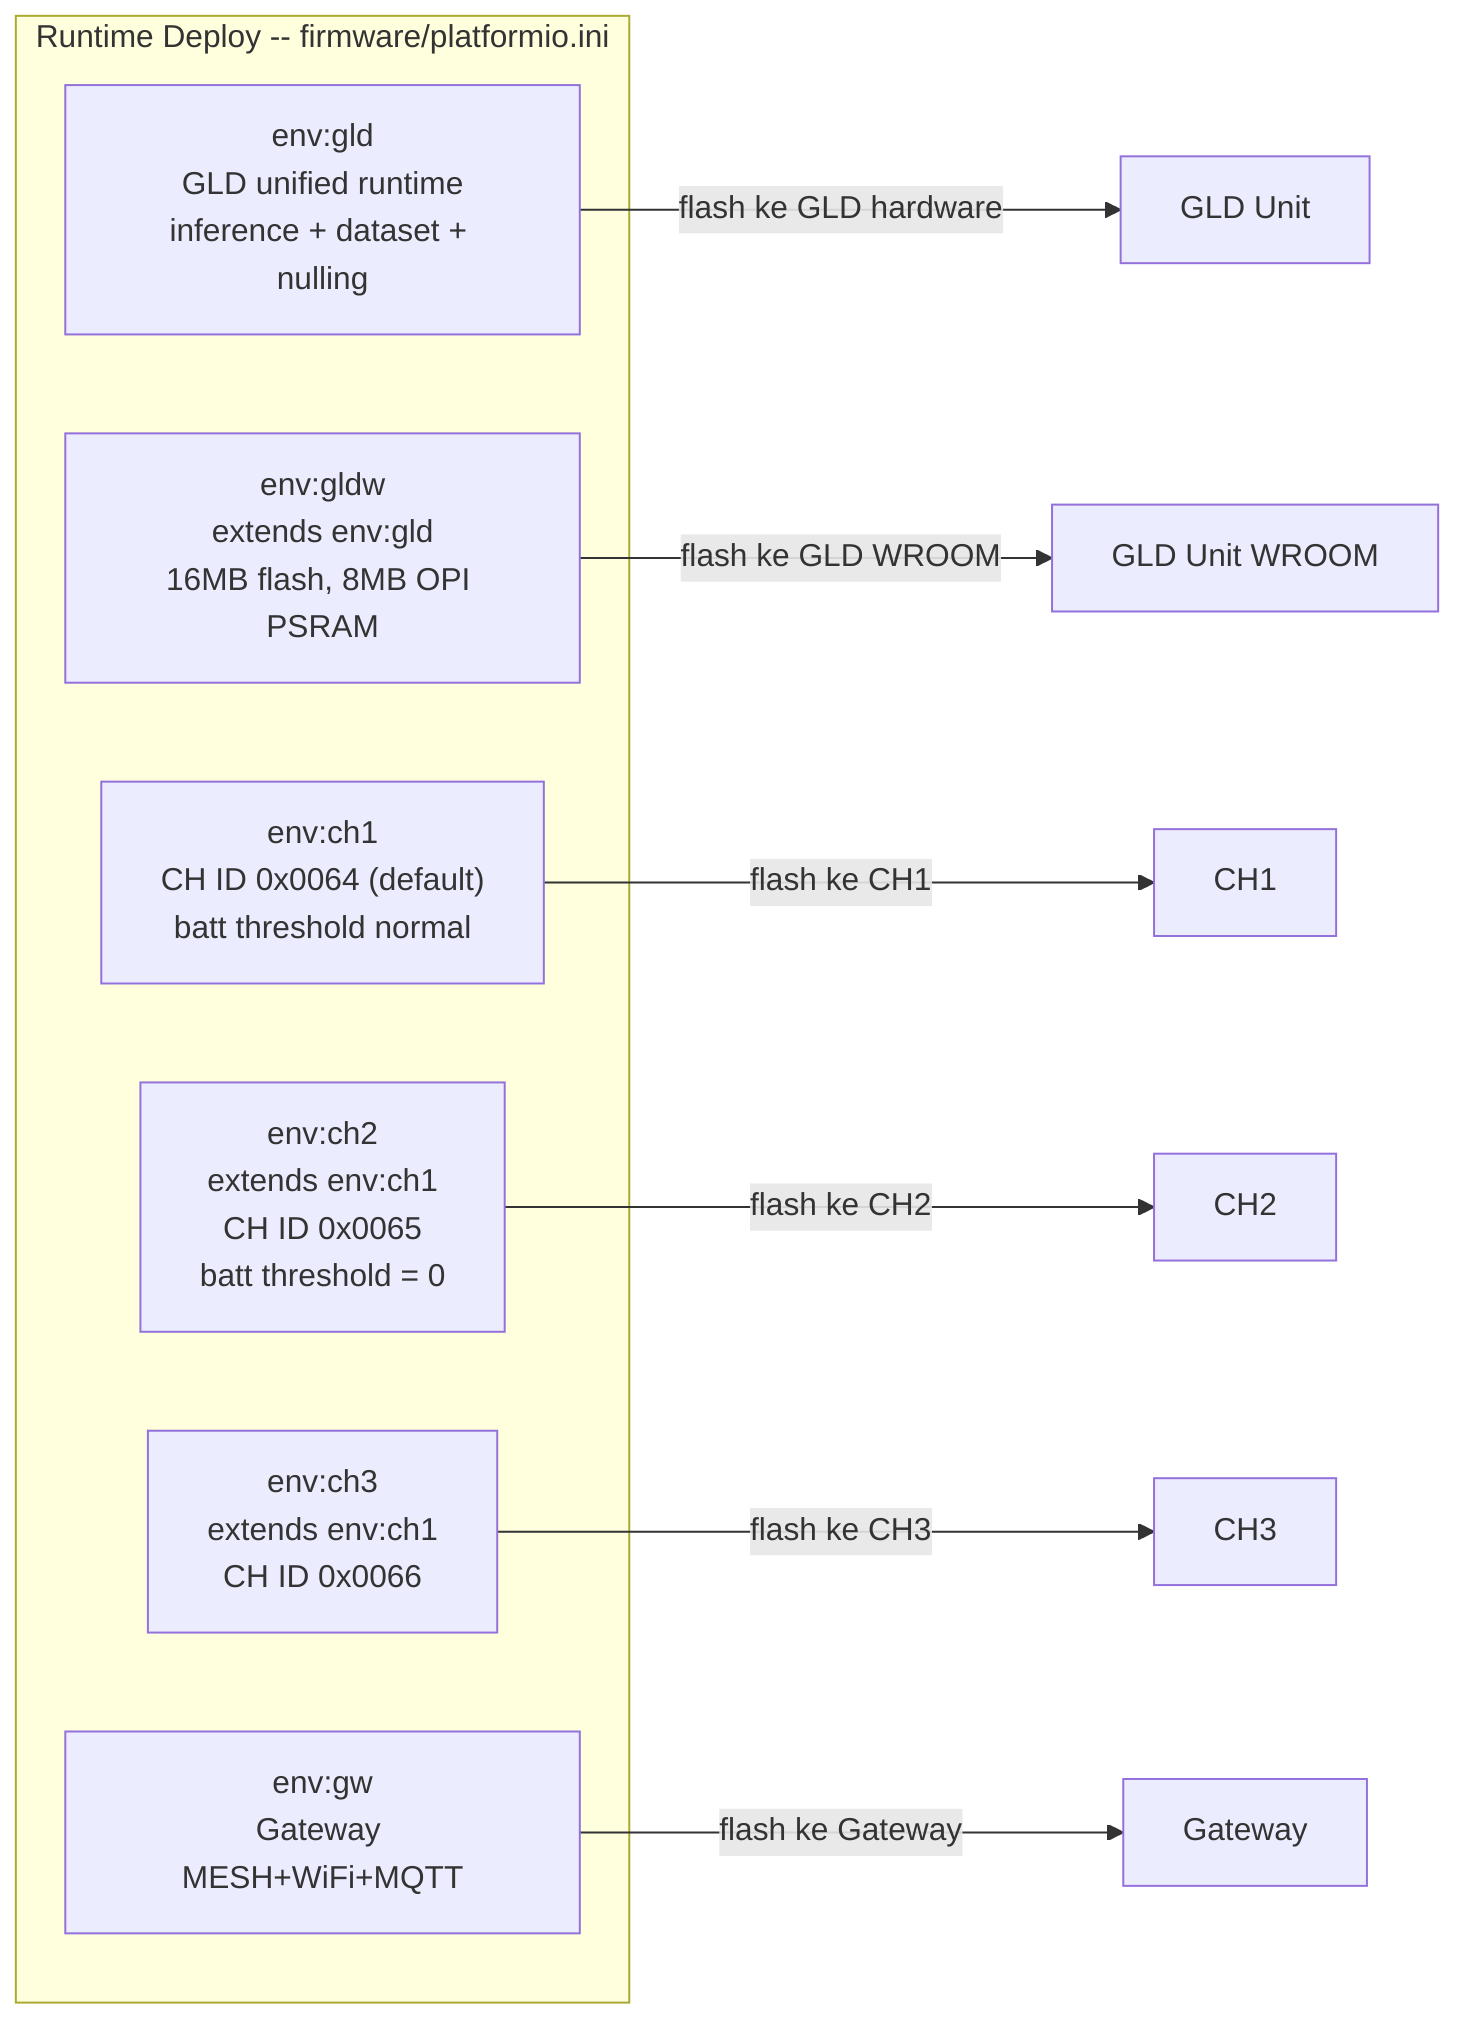
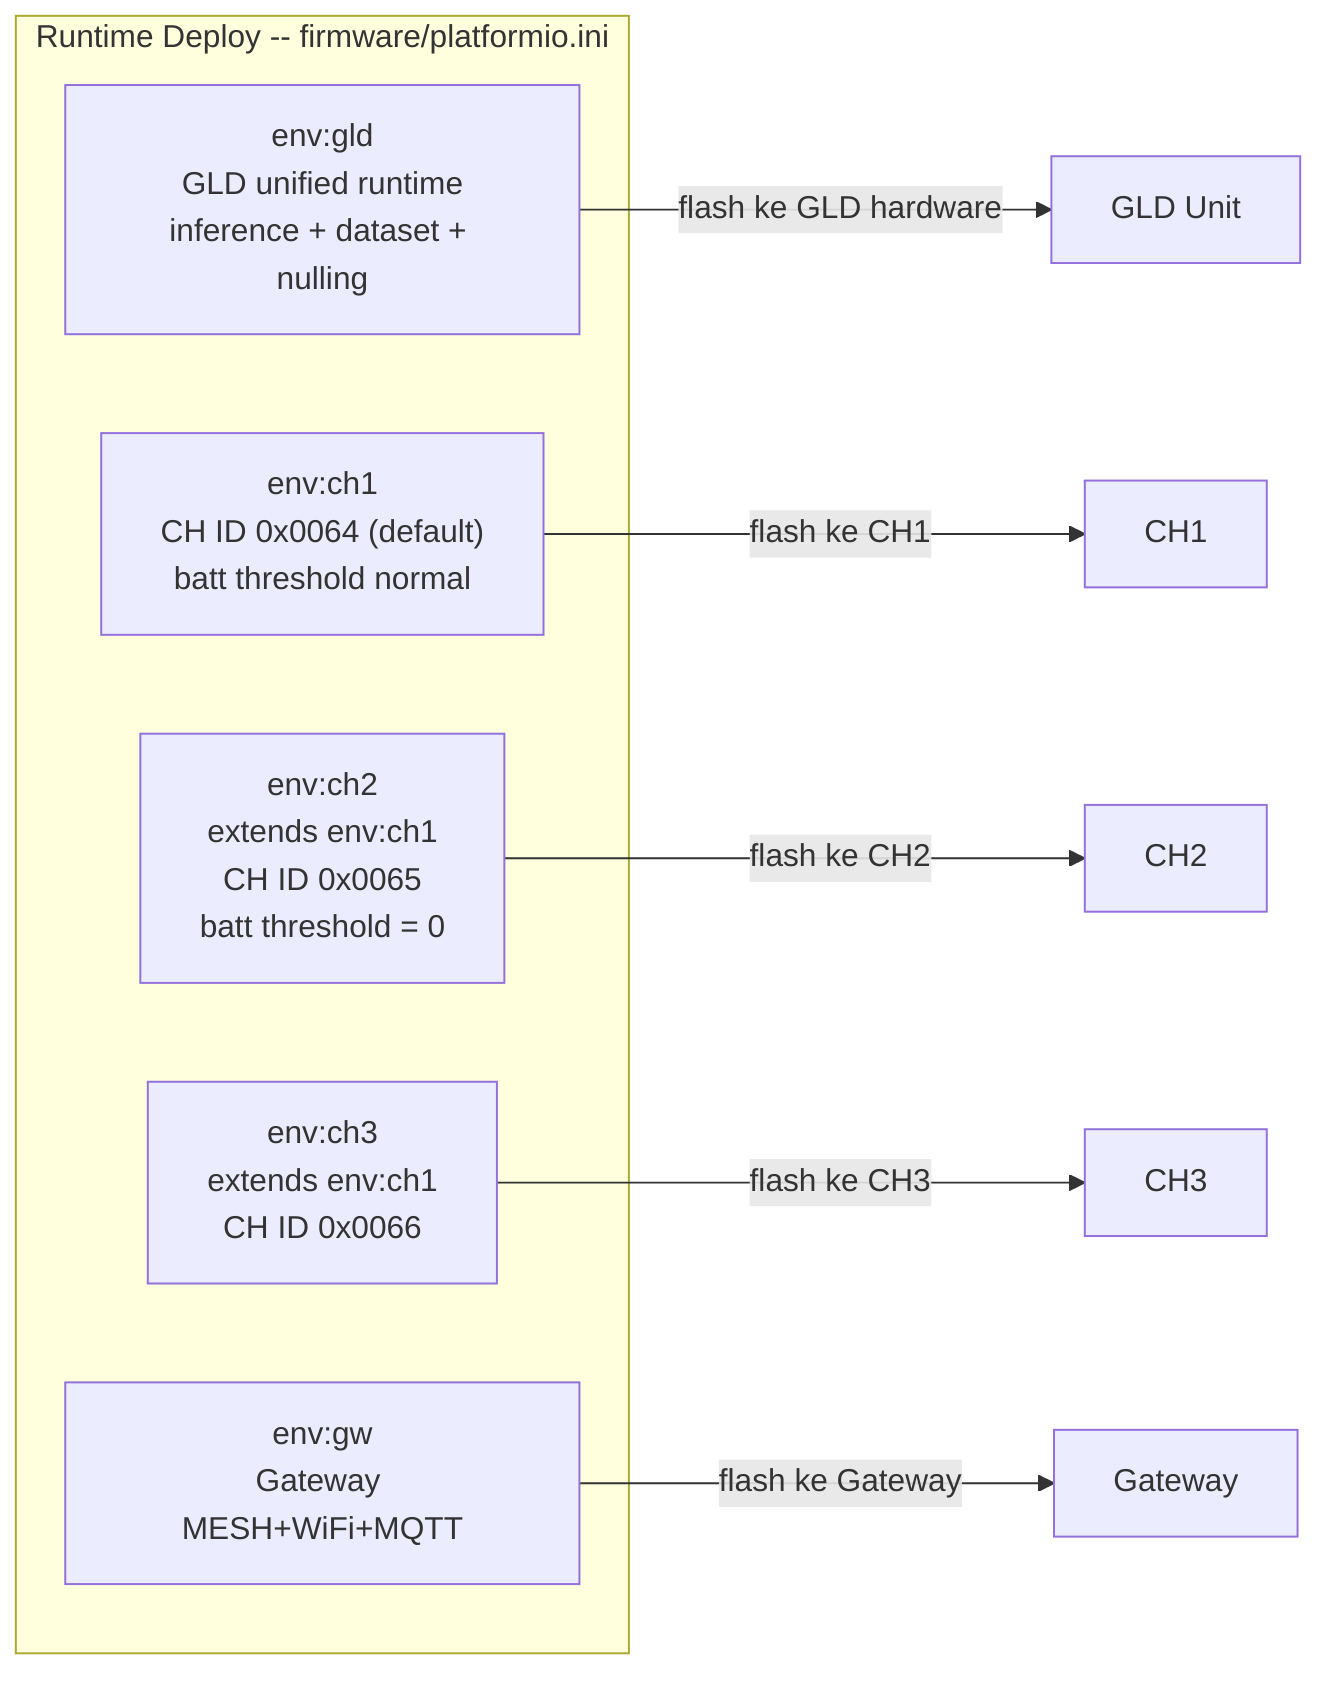
graph LR
    subgraph RUNTIME["Runtime Deploy -- firmware/platformio.ini"]
        GLD_ENV["env:gld\nGLD unified runtime\ninference + dataset + nulling"]
-         GLDW_ENV["env:gldw\nextends env:gld\n16MB flash, 8MB OPI PSRAM"]
        CH1_ENV["env:ch1\nCH ID 0x0064 (default)\nbatt threshold normal"]
        CH2_ENV["env:ch2\nextends env:ch1\nCH ID 0x0065\nbatt threshold = 0"]
        CH3_ENV["env:ch3\nextends env:ch1\nCH ID 0x0066"]
        GW_ENV["env:gw\nGateway MESH+WiFi+MQTT"]
    end

    GLD_ENV -->|"flash ke GLD hardware"| HW_GLD["GLD Unit"]
-     GLDW_ENV -->|"flash ke GLD WROOM"| HW_GLDW["GLD Unit WROOM"]
    CH1_ENV -->|"flash ke CH1"| HW_CH1["CH1"]
    CH2_ENV -->|"flash ke CH2"| HW_CH2["CH2"]
    CH3_ENV -->|"flash ke CH3"| HW_CH3["CH3"]
    GW_ENV -->|"flash ke Gateway"| HW_GW["Gateway"]